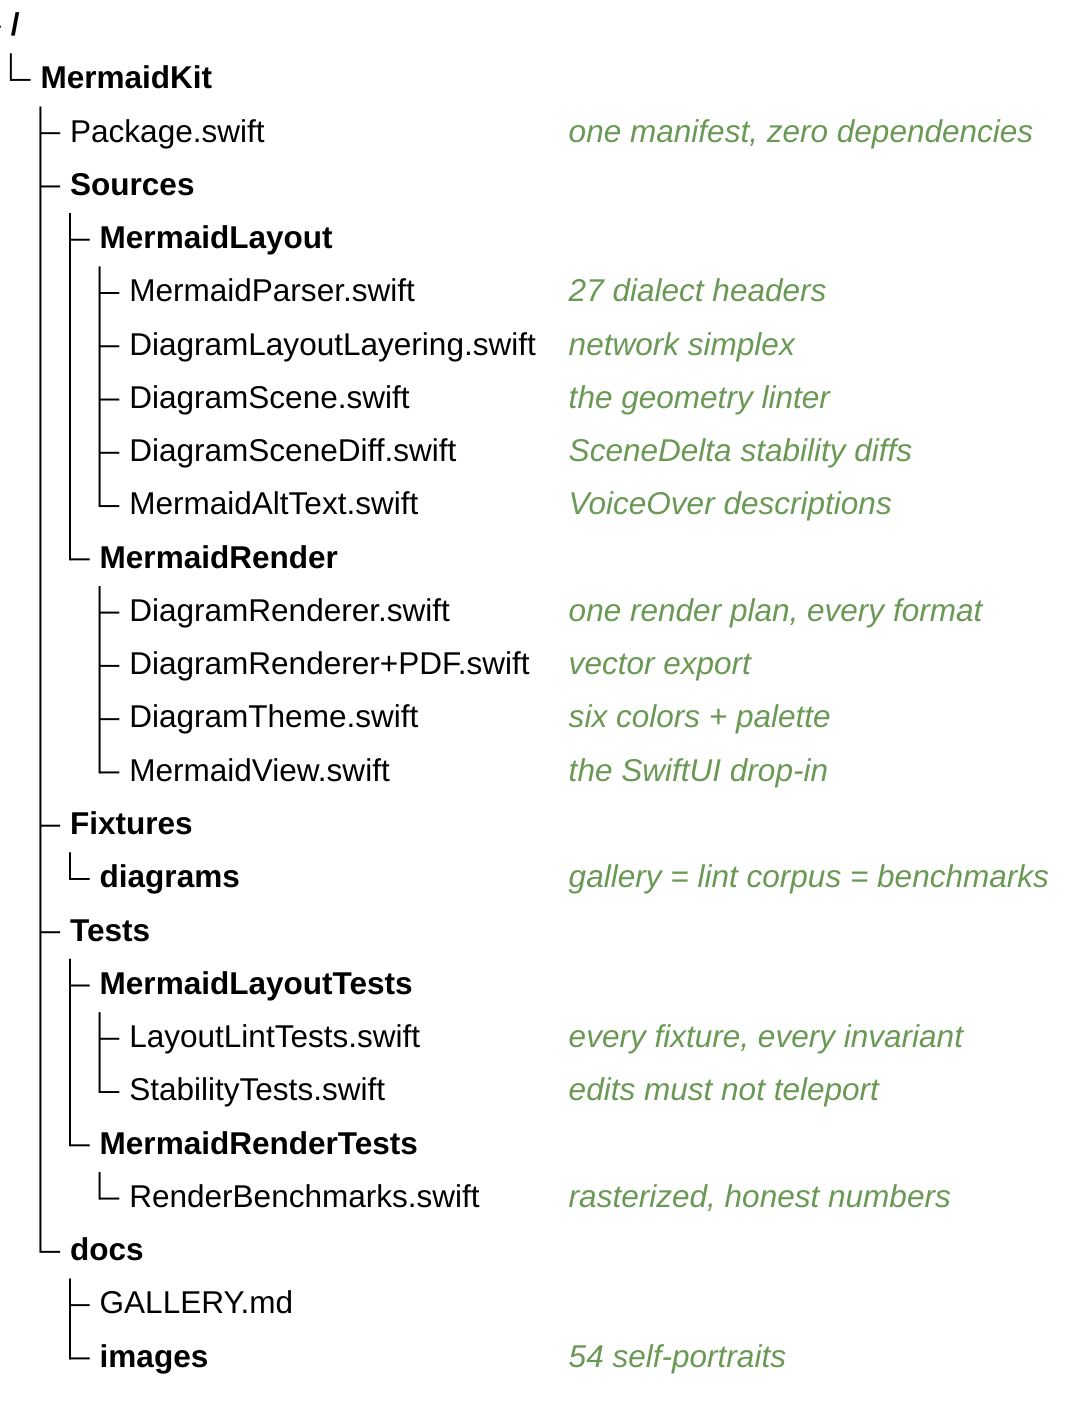
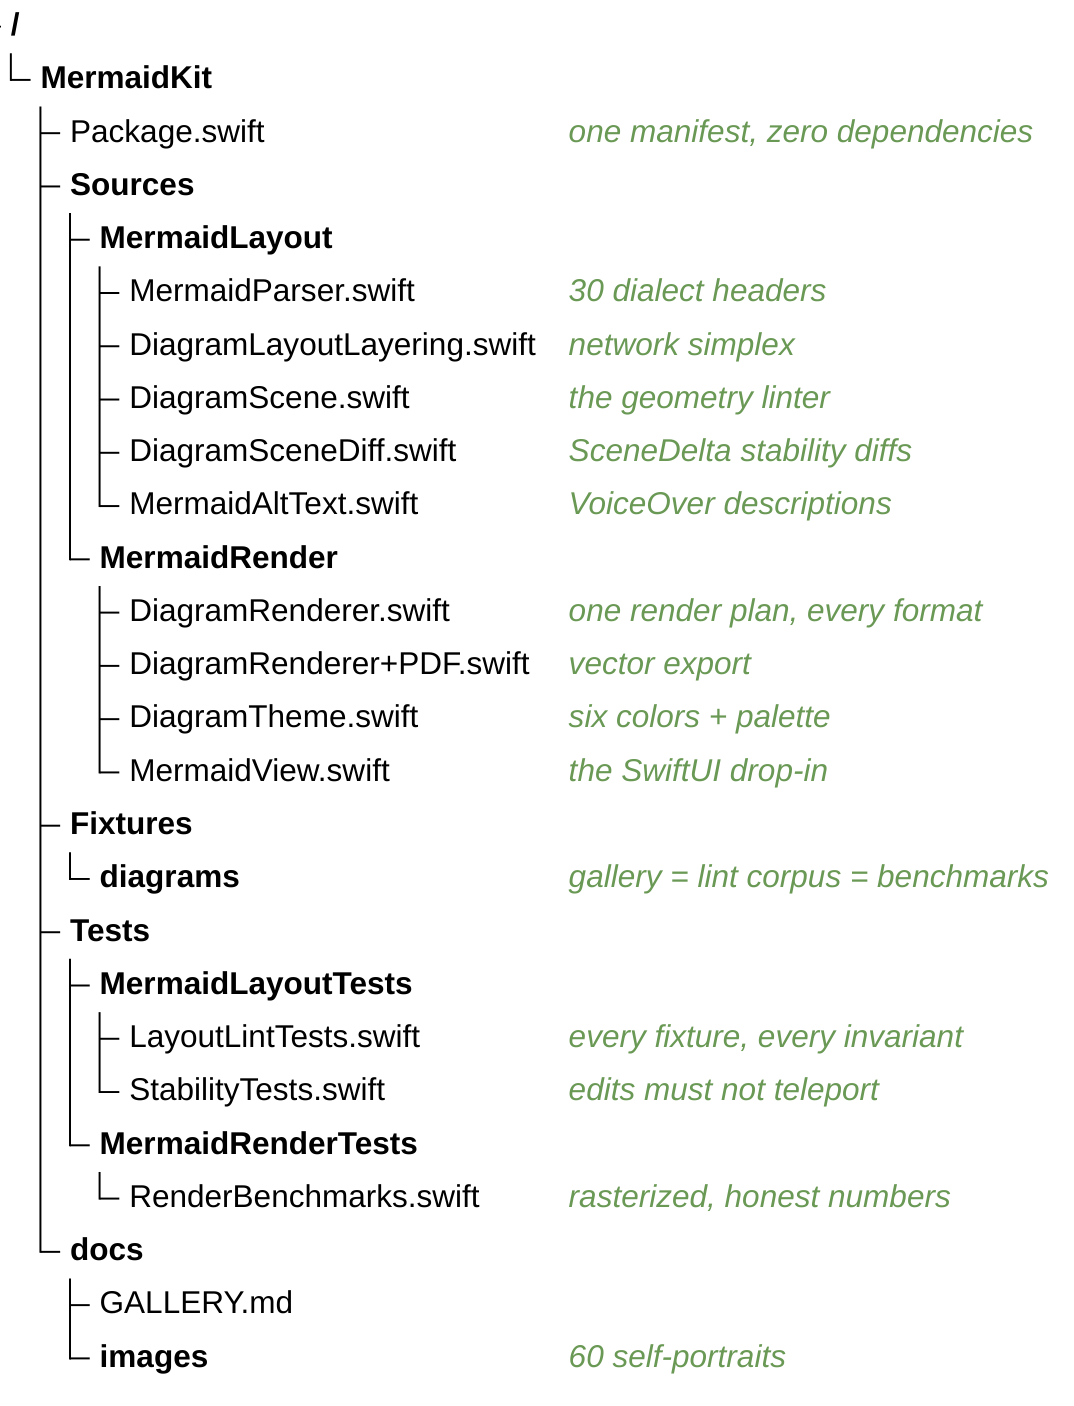
treeView-beta
    MermaidKit/
        Package.swift ## one manifest, zero dependencies
        Sources/
            MermaidLayout/
-                 MermaidParser.swift ## 27 dialect headers
+                 MermaidParser.swift ## 30 dialect headers
                DiagramLayoutLayering.swift ## network simplex
                DiagramScene.swift ## the geometry linter
                DiagramSceneDiff.swift ## SceneDelta stability diffs
                MermaidAltText.swift ## VoiceOver descriptions
            MermaidRender/
                DiagramRenderer.swift ## one render plan, every format
                DiagramRenderer+PDF.swift ## vector export
                DiagramTheme.swift ## six colors + palette
                MermaidView.swift ## the SwiftUI drop-in
        Fixtures/
            diagrams/ ## gallery = lint corpus = benchmarks
        Tests/
            MermaidLayoutTests/
                LayoutLintTests.swift ## every fixture, every invariant
                StabilityTests.swift ## edits must not teleport
            MermaidRenderTests/
                RenderBenchmarks.swift ## rasterized, honest numbers
        docs/
            GALLERY.md
-             images/ ## 54 self-portraits
+             images/ ## 60 self-portraits
